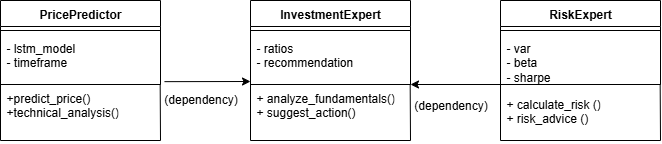
Before: Documents/Lib/classptich.png, a diagram exported from draw.io (nminduo2k5/PTTKPM25-26_N05_Nhom-11-). Source tidied: cells renumbered, new cells last; positions are measured from the earlier drawing's top-left corner, leaving out a move shared by most shapes.
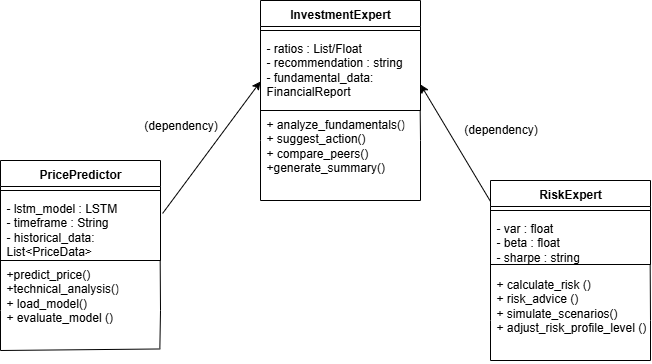
Above is the later version.

The edit, as a diff of the source:
```diff
@@ -3,108 +3,139 @@
     <mxCell id="0" />
     <mxCell id="1" parent="0" />
     <mxCell id="2" value="PricePredictor" style="swimlane;fontStyle=1;align=center;verticalAlign=top;horizontal=1;startSize=26;whiteSpace=wrap;html=1;" parent="1" vertex="1">
-      <mxGeometry width="160" height="84" as="geometry" />
+      <mxGeometry x="-10" y="160" width="160" height="100" as="geometry" />
     </mxCell>
-    <mxCell id="3" style="line;strokeWidth=1;fillColor=none;align=left;verticalAlign=middle;spacingTop=-1;spacingLeft=3;spacingRight=3;labelPosition=right;strokeColor=inherit;" parent="2" vertex="1">
-      <mxGeometry y="26" width="160" height="8" as="geometry" />
-    </mxCell>
-    <mxCell id="4" value="- lstm_model&lt;div&gt;- timeframe&lt;/div&gt;" style="text;strokeColor=none;fillColor=none;align=left;verticalAlign=top;spacingLeft=4;spacingRight=4;overflow=hidden;points=[[0,0.5],[1,0.5]];portConstraint=eastwest;whiteSpace=wrap;html=1;" parent="2" vertex="1">
-      <mxGeometry y="34" width="160" height="50" as="geometry" />
-    </mxCell>
-    <mxCell id="5" value="+predict_price()&lt;div&gt;+technical_analysis()&lt;/div&gt;" style="text;strokeColor=none;fillColor=none;align=left;verticalAlign=top;spacingLeft=4;spacingRight=4;overflow=hidden;whiteSpace=wrap;html=1;" parent="1" vertex="1">
-      <mxGeometry y="84" width="160" height="56" as="geometry" />
-    </mxCell>
-    <mxCell id="6" style="endArrow=none;html=1;rounded=0;" parent="1" edge="1">
-      <mxGeometry relative="1" as="geometry">
-        <mxPoint y="140" as="sourcePoint" />
-        <mxPoint y="80" as="targetPoint" />
-      </mxGeometry>
-    </mxCell>
-    <mxCell id="7" style="endArrow=none;html=1;rounded=0;" parent="1" edge="1">
-      <mxGeometry relative="1" as="geometry">
-        <mxPoint y="140" as="sourcePoint" />
-        <mxPoint x="160" y="140" as="targetPoint" />
-      </mxGeometry>
-    </mxCell>
-    <mxCell id="8" style="endArrow=none;html=1;rounded=0;entryX=0.998;entryY=0.993;entryDx=0;entryDy=0;entryPerimeter=0;" parent="1" edge="1" target="4">
-      <mxGeometry relative="1" as="geometry">
-        <mxPoint x="160" y="140" as="sourcePoint" />
-      </mxGeometry>
-    </mxCell>
+    <mxCell id="27" style="line;strokeWidth=1;fillColor=none;align=left;verticalAlign=middle;spacingTop=-1;spacingLeft=3;spacingRight=3;labelPosition=right;strokeColor=inherit;" parent="2" vertex="1">
+      <mxGeometry y="26" width="160" height="8" as="geometry" />
+    </mxCell>
+    <mxCell id="28" value="- lstm_model : LSTM&lt;div&gt;- timeframe : String&lt;/div&gt;&lt;div&gt;- historical_data: List&amp;lt;PriceData&amp;gt;&lt;/div&gt;" style="text;strokeColor=none;fillColor=none;align=left;verticalAlign=top;spacingLeft=4;spacingRight=4;overflow=hidden;points=[[0,0.5],[1,0.5]];portConstraint=eastwest;whiteSpace=wrap;html=1;" parent="2" vertex="1">
+      <mxGeometry y="34" width="160" height="66" as="geometry" />
+    </mxCell>
+    <mxCell id="29" value="+predict_price()&lt;div&gt;+technical_analysis()&lt;/div&gt;&lt;div&gt;+ load_model()&lt;/div&gt;&lt;div&gt;+ evaluate_model ()&lt;/div&gt;&lt;div&gt;&lt;br&gt;&lt;/div&gt;" style="text;strokeColor=none;fillColor=none;align=left;verticalAlign=top;spacingLeft=4;spacingRight=4;overflow=hidden;points=[[0,0.5],[1,0.5]];portConstraint=eastwest;whiteSpace=wrap;html=1;" parent="1" vertex="1">
+      <mxGeometry x="-10" y="260" width="160" height="90" as="geometry" />
+    </mxCell>
+    <mxCell id="30" style="endArrow=none;html=1;rounded=0;" parent="1" edge="1">
+      <mxGeometry relative="1" as="geometry">
+        <mxPoint x="-10" y="310" as="sourcePoint" />
+        <mxPoint x="-10" y="250" as="targetPoint" />
+      </mxGeometry>
+    </mxCell>
+    <mxCell id="31" style="endArrow=none;html=1;rounded=0;entryX=0.998;entryY=0.993;entryDx=0;entryDy=0;entryPerimeter=0;" parent="1" edge="1" target="28">
+      <mxGeometry relative="1" as="geometry">
+        <mxPoint x="150" y="310" as="sourcePoint" />
+      </mxGeometry>
+    </mxCell>
     <mxCell id="9" value="InvestmentExpert" style="swimlane;fontStyle=1;align=center;verticalAlign=top;horizontal=1;startSize=26;whiteSpace=wrap;html=1;" parent="1" vertex="1">
-      <mxGeometry x="250" width="160" height="84" as="geometry" />
+      <mxGeometry x="250" width="160" height="110" as="geometry" />
     </mxCell>
-    <mxCell id="10" style="line;strokeWidth=1;fillColor=none;align=left;verticalAlign=middle;spacingTop=-1;spacingLeft=3;spacingRight=3;labelPosition=right;strokeColor=inherit;" parent="9" vertex="1">
-      <mxGeometry y="26" width="160" height="8" as="geometry" />
-    </mxCell>
-    <mxCell id="11" value="- ratios&lt;br&gt;&lt;div&gt;- recommendation&lt;/div&gt;" style="text;strokeColor=none;fillColor=none;align=left;verticalAlign=top;spacingLeft=4;spacingRight=4;overflow=hidden;points=[[0,0.5],[1,0.5]];portConstraint=eastwest;whiteSpace=wrap;html=1;" parent="9" vertex="1">
-      <mxGeometry y="34" width="160" height="50" as="geometry" />
-    </mxCell>
-    <mxCell id="12" value="+ analyze_fundamentals()&lt;div&gt;+ suggest_action()&lt;/div&gt;" style="text;strokeColor=none;fillColor=none;align=left;verticalAlign=top;spacingLeft=4;spacingRight=4;overflow=hidden;whiteSpace=wrap;html=1;" parent="1" vertex="1">
-      <mxGeometry x="250" y="84" width="160" height="56" as="geometry" />
-    </mxCell>
-    <mxCell id="13" style="endArrow=none;html=1;rounded=0;" parent="1" edge="1">
-      <mxGeometry relative="1" as="geometry">
-        <mxPoint x="250" y="140" as="sourcePoint" />
-        <mxPoint x="250" y="80" as="targetPoint" />
-      </mxGeometry>
-    </mxCell>
-    <mxCell id="14" style="endArrow=none;html=1;rounded=0;" parent="1" edge="1">
-      <mxGeometry relative="1" as="geometry">
-        <mxPoint x="250" y="140" as="sourcePoint" />
-        <mxPoint x="410" y="140" as="targetPoint" />
-      </mxGeometry>
-    </mxCell>
-    <mxCell id="15" style="endArrow=none;html=1;rounded=0;entryX=0.998;entryY=0.993;entryDx=0;entryDy=0;entryPerimeter=0;" parent="1" edge="1" target="11">
-      <mxGeometry relative="1" as="geometry">
-        <mxPoint x="410" y="140" as="sourcePoint" />
-      </mxGeometry>
-    </mxCell>
+    <mxCell id="32" style="line;strokeWidth=1;fillColor=none;align=left;verticalAlign=middle;spacingTop=-1;spacingLeft=3;spacingRight=3;labelPosition=right;strokeColor=inherit;" parent="9" vertex="1">
+      <mxGeometry y="26" width="160" height="8" as="geometry" />
+    </mxCell>
+    <mxCell id="33" value="- ratios : List/Float&lt;br&gt;&lt;div&gt;- recommendation : string&lt;/div&gt;&lt;div&gt;- fundamental_data: FinancialReport&lt;/div&gt;" style="text;strokeColor=none;fillColor=none;align=left;verticalAlign=top;spacingLeft=4;spacingRight=4;overflow=hidden;points=[[0,0.5],[1,0.5]];portConstraint=eastwest;whiteSpace=wrap;html=1;" parent="9" vertex="1">
+      <mxGeometry y="34" width="160" height="76" as="geometry" />
+    </mxCell>
+    <mxCell id="34" value="+ analyze_fundamentals()&lt;div&gt;+ suggest_action()&lt;/div&gt;&lt;div&gt;+ compare_peers()&lt;/div&gt;&lt;div&gt;+generate_summary()&lt;/div&gt;" style="text;strokeColor=none;fillColor=none;align=left;verticalAlign=top;spacingLeft=4;spacingRight=4;overflow=hidden;whiteSpace=wrap;html=1;" parent="1" vertex="1">
+      <mxGeometry x="250" y="110" width="160" height="80" as="geometry" />
+    </mxCell>
+    <mxCell id="35" style="endArrow=none;html=1;rounded=0;" parent="1" edge="1">
+      <mxGeometry relative="1" as="geometry">
+        <mxPoint x="250" y="140" as="sourcePoint" />
+        <mxPoint x="250" y="80" as="targetPoint" />
+      </mxGeometry>
+    </mxCell>
+    <mxCell id="36" style="endArrow=none;html=1;rounded=0;entryX=0.998;entryY=0.993;entryDx=0;entryDy=0;entryPerimeter=0;" parent="1" edge="1" target="33">
+      <mxGeometry relative="1" as="geometry">
+        <mxPoint x="410" y="140" as="sourcePoint" />
+      </mxGeometry>
+    </mxCell>
     <mxCell id="16" value="RiskExpert" style="swimlane;fontStyle=1;align=center;verticalAlign=top;horizontal=1;startSize=26;whiteSpace=wrap;html=1;" parent="1" vertex="1">
-      <mxGeometry x="500" width="160" height="84" as="geometry" />
+      <mxGeometry x="480" y="180" width="160" height="84" as="geometry" />
     </mxCell>
-    <mxCell id="17" style="line;strokeWidth=1;fillColor=none;align=left;verticalAlign=middle;spacingTop=-1;spacingLeft=3;spacingRight=3;labelPosition=right;strokeColor=inherit;" parent="16" vertex="1">
-      <mxGeometry y="26" width="160" height="8" as="geometry" />
-    </mxCell>
-    <mxCell id="18" value="- var&lt;div&gt;- beta&lt;/div&gt;&lt;div&gt;- sharpe&lt;/div&gt;" style="text;strokeColor=none;fillColor=none;align=left;verticalAlign=top;spacingLeft=4;spacingRight=4;overflow=hidden;points=[[0,0.5],[1,0.5]];portConstraint=eastwest;whiteSpace=wrap;html=1;" parent="16" vertex="1">
-      <mxGeometry y="34" width="160" height="50" as="geometry" />
-    </mxCell>
-    <mxCell id="19" value="+ calculate_risk ()&lt;div&gt;+ risk_advice ()&lt;/div&gt;" style="text;strokeColor=none;fillColor=none;align=left;verticalAlign=top;spacingLeft=4;spacingRight=4;overflow=hidden;whiteSpace=wrap;html=1;" parent="1" vertex="1">
-      <mxGeometry x="500" y="90" width="160" height="50" as="geometry" />
-    </mxCell>
-    <mxCell id="20" style="endArrow=none;html=1;rounded=0;" parent="1" edge="1">
-      <mxGeometry relative="1" as="geometry">
-        <mxPoint x="500" y="140" as="sourcePoint" />
-        <mxPoint x="500" y="80" as="targetPoint" />
-      </mxGeometry>
-    </mxCell>
-    <mxCell id="21" style="endArrow=none;html=1;rounded=0;" parent="1" edge="1">
-      <mxGeometry relative="1" as="geometry">
-        <mxPoint x="500" y="140" as="sourcePoint" />
-        <mxPoint x="660" y="140" as="targetPoint" />
-      </mxGeometry>
-    </mxCell>
-    <mxCell id="22" style="endArrow=none;html=1;rounded=0;entryX=0.998;entryY=0.993;entryDx=0;entryDy=0;entryPerimeter=0;" parent="1" edge="1" target="18">
-      <mxGeometry relative="1" as="geometry">
-        <mxPoint x="660" y="140" as="sourcePoint" />
-      </mxGeometry>
-    </mxCell>
-    <mxCell id="23" style="endArrow=classic;html=1;rounded=0;exitX=1.025;exitY=0.943;exitDx=0;exitDy=0;exitPerimeter=0;" parent="1" edge="1" source="4">
-      <mxGeometry relative="1" as="geometry">
-        <mxPoint x="250" y="81" as="targetPoint" />
-      </mxGeometry>
-    </mxCell>
-    <mxCell id="24" value="(dependency)" style="text;html=1;align=center;verticalAlign=middle;strokeColor=none;fillColor=none;" parent="1" vertex="1">
-      <mxGeometry x="150" y="84" width="100" height="30" as="geometry" />
-    </mxCell>
-    <mxCell id="25" style="endArrow=classic;html=1;rounded=0;" parent="1" edge="1">
-      <mxGeometry relative="1" as="geometry">
-        <mxPoint x="500" y="84" as="sourcePoint" />
-        <mxPoint x="410" y="84" as="targetPoint" />
-      </mxGeometry>
-    </mxCell>
-    <mxCell id="26" value="(dependency)" style="text;html=1;align=center;verticalAlign=middle;strokeColor=none;fillColor=none;" parent="1" vertex="1">
-      <mxGeometry x="400" y="90" width="100" height="30" as="geometry" />
-    </mxCell>
+    <mxCell id="37" style="line;strokeWidth=1;fillColor=none;align=left;verticalAlign=middle;spacingTop=-1;spacingLeft=3;spacingRight=3;labelPosition=right;strokeColor=inherit;" parent="16" vertex="1">
+      <mxGeometry y="26" width="160" height="8" as="geometry" />
+    </mxCell>
+    <mxCell id="38" value="- var : float&lt;div&gt;- beta : float&lt;/div&gt;&lt;div&gt;- sharpe : string&lt;/div&gt;" style="text;strokeColor=none;fillColor=none;align=left;verticalAlign=top;spacingLeft=4;spacingRight=4;overflow=hidden;points=[[0,0.5],[1,0.5]];portConstraint=eastwest;whiteSpace=wrap;html=1;" parent="16" vertex="1">
+      <mxGeometry y="34" width="160" height="50" as="geometry" />
+    </mxCell>
+    <mxCell id="39" value="+ calculate_risk ()&lt;div&gt;+ risk_advice ()&lt;/div&gt;&lt;div&gt;+ simulate_scenarios()&lt;/div&gt;&lt;div&gt;+ adjust_risk_profile_level ()&lt;/div&gt;" style="text;strokeColor=none;fillColor=none;align=left;verticalAlign=top;spacingLeft=4;spacingRight=4;overflow=hidden;whiteSpace=wrap;html=1;" parent="1" vertex="1">
+      <mxGeometry x="480" y="270" width="160" height="90" as="geometry" />
+    </mxCell>
+    <mxCell id="40" style="endArrow=none;html=1;rounded=0;" parent="1" edge="1">
+      <mxGeometry relative="1" as="geometry">
+        <mxPoint x="480" y="320" as="sourcePoint" />
+        <mxPoint x="480" y="260" as="targetPoint" />
+      </mxGeometry>
+    </mxCell>
+    <mxCell id="41" style="endArrow=none;html=1;rounded=0;" parent="1" edge="1">
+      <mxGeometry relative="1" as="geometry">
+        <mxPoint x="480" y="360" as="sourcePoint" />
+        <mxPoint x="640" y="360" as="targetPoint" />
+      </mxGeometry>
+    </mxCell>
+    <mxCell id="42" style="endArrow=none;html=1;rounded=0;entryX=0.998;entryY=0.993;entryDx=0;entryDy=0;entryPerimeter=0;" parent="1" edge="1" target="38">
+      <mxGeometry relative="1" as="geometry">
+        <mxPoint x="640" y="320" as="sourcePoint" />
+      </mxGeometry>
+    </mxCell>
+    <mxCell id="43" style="endArrow=classic;html=1;rounded=0;exitX=1.013;exitY=0.287;exitDx=0;exitDy=0;exitPerimeter=0;" parent="1" edge="1" source="28">
+      <mxGeometry relative="1" as="geometry">
+        <mxPoint x="250" y="81" as="targetPoint" />
+      </mxGeometry>
+    </mxCell>
+    <mxCell id="44" value="(dependency)" style="text;html=1;align=center;verticalAlign=middle;strokeColor=none;fillColor=none;" parent="1" vertex="1">
+      <mxGeometry x="120" y="110" width="100" height="30" as="geometry" />
+    </mxCell>
+    <mxCell id="45" style="endArrow=classic;html=1;rounded=0;exitX=0;exitY=0.25;exitDx=0;exitDy=0;" parent="1" edge="1" source="16">
+      <mxGeometry relative="1" as="geometry">
+        <mxPoint x="410" y="84" as="targetPoint" />
+      </mxGeometry>
+    </mxCell>
+    <mxCell id="46" value="(dependency)" style="text;html=1;align=center;verticalAlign=middle;strokeColor=none;fillColor=none;" parent="1" vertex="1">
+      <mxGeometry x="440" y="114" width="100" height="30" as="geometry" />
+    </mxCell>
+    <mxCell id="47" style="endArrow=none;html=1;rounded=0;" parent="1" edge="1">
+      <mxGeometry relative="1" as="geometry">
+        <mxPoint x="250" y="200" as="sourcePoint" />
+        <mxPoint x="250" y="140" as="targetPoint" />
+      </mxGeometry>
+    </mxCell>
+    <mxCell id="48" style="endArrow=none;html=1;rounded=0;" parent="1" edge="1">
+      <mxGeometry relative="1" as="geometry">
+        <mxPoint x="250" y="200" as="sourcePoint" />
+        <mxPoint x="410" y="200" as="targetPoint" />
+      </mxGeometry>
+    </mxCell>
+    <mxCell id="49" style="endArrow=none;html=1;rounded=0;" parent="1" edge="1">
+      <mxGeometry relative="1" as="geometry">
+        <mxPoint x="410" y="200" as="sourcePoint" />
+        <mxPoint x="410" y="140" as="targetPoint" />
+      </mxGeometry>
+    </mxCell>
+    <mxCell id="50" style="endArrow=none;html=1;rounded=0;" parent="1" edge="1">
+      <mxGeometry relative="1" as="geometry">
+        <mxPoint x="-10" y="350" as="sourcePoint" />
+        <mxPoint x="-10" y="310" as="targetPoint" />
+      </mxGeometry>
+    </mxCell>
+    <mxCell id="51" style="endArrow=none;html=1;rounded=0;exitX=0;exitY=1;exitDx=0;exitDy=0;exitPerimeter=0;entryX=0.998;entryY=0.983;entryDx=0;entryDy=0;entryPerimeter=0;" parent="1" edge="1" source="29" target="29">
+      <mxGeometry relative="1" as="geometry" />
+    </mxCell>
+    <mxCell id="52" style="endArrow=none;html=1;rounded=0;exitX=0.996;exitY=0.977;exitDx=0;exitDy=0;exitPerimeter=0;" parent="1" edge="1" source="29">
+      <mxGeometry relative="1" as="geometry">
+        <mxPoint x="150" y="310" as="targetPoint" />
+      </mxGeometry>
+    </mxCell>
+    <mxCell id="53" style="endArrow=none;html=1;rounded=0;" parent="1" edge="1">
+      <mxGeometry relative="1" as="geometry">
+        <mxPoint x="480" y="360" as="sourcePoint" />
+        <mxPoint x="480" y="320" as="targetPoint" />
+      </mxGeometry>
+    </mxCell>
+    <mxCell id="54" style="endArrow=none;html=1;rounded=0;" parent="1" edge="1">
+      <mxGeometry relative="1" as="geometry">
+        <mxPoint x="640" y="360" as="sourcePoint" />
+        <mxPoint x="640" y="320" as="targetPoint" />
+      </mxGeometry>
+    </mxCell>
   </root>
 </mxGraphModel>
```
